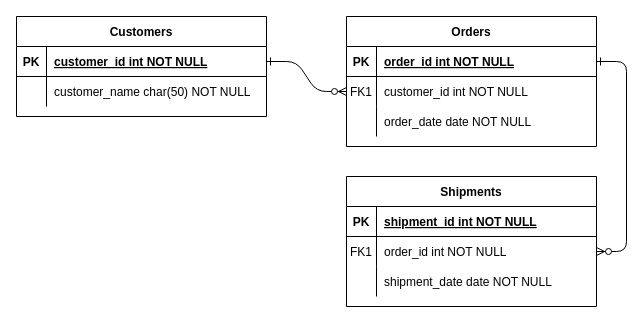
Above: Diagrama sem nome.drawio in shigerysasaki/Estudos (draw.io), before the change. Source tidied: cells renumbered, new cells numbered last; positions are measured from the earlier drawing's top-left corner, leaving out a move shared by most shapes. Both pictures are drawn from the tidied source at 100%, with x=0, y=0 at pixel (16, 16).
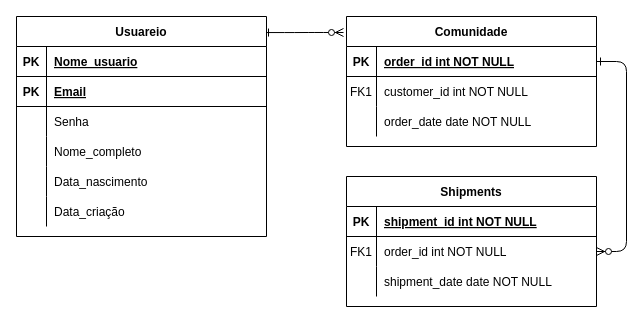
The same diagram, later.

Unchanged cells that the change refers to:
```xml
<mxCell id="8" style="shape=partialRectangle;fillColor=none;points=[[0,0.5],[1,0.5]];portConstraint=eastwest;top=0;left=0;right=0;bottom=0;" parent="4" vertex="1">
  <mxGeometry y="60" width="250" height="30" as="geometry" />
</mxCell>
<mxCell id="25" style="shape=partialRectangle;fillColor=none;points=[[0,0.5],[1,0.5]];portConstraint=eastwest;top=0;left=0;right=0;bottom=1;" parent="24" vertex="1">
  <mxGeometry y="30" width="250" height="30" as="geometry" />
</mxCell>
```

Change to the diagram source:
```diff
@@
-    <mxCell id="2" style="edgeStyle=entityRelationEdgeStyle;endArrow=ERzeroToMany;startArrow=ERone;endFill=1;startFill=0;" parent="1" edge="1" source="25" target="8">
+    <mxCell id="2" style="edgeStyle=entityRelationEdgeStyle;endArrow=ERzeroToMany;startArrow=ERone;endFill=1;startFill=0;exitX=0.992;exitY=0.073;exitDx=0;exitDy=0;exitPerimeter=0;entryX=-0.012;entryY=0.123;entryDx=0;entryDy=0;entryPerimeter=0;" parent="1" edge="1" source="24" target="4">
       <mxGeometry relative="1" as="geometry" />
     </mxCell>
@@
-    <mxCell id="4" value="Orders" style="shape=table;startSize=30;childLayout=tableLayout;rowLines=0;fontStyle=1;align=center;" parent="1" vertex="1">
+    <mxCell id="4" value="Comunidade" style="shape=table;startSize=30;childLayout=tableLayout;rowLines=0;fontStyle=1;align=center;" parent="1" vertex="1">
       <mxGeometry x="330" width="250" height="130" as="geometry" />
     </mxCell>
@@
-    <mxCell id="24" value="Customers" style="shape=table;startSize=30;childLayout=tableLayout;rowLines=0;fontStyle=1;align=center;" parent="1" vertex="1">
-      <mxGeometry width="250" height="100" as="geometry" />
+    <mxCell id="24" value="Usuareio" style="shape=table;startSize=30;childLayout=tableLayout;rowLines=0;fontStyle=1;align=center;" parent="1" vertex="1">
+      <mxGeometry width="250" height="220" as="geometry" />
     </mxCell>
@@
-    <mxCell id="27" value="customer_id int NOT NULL " style="shape=partialRectangle;overflow=hidden;fillColor=none;top=0;left=0;bottom=0;right=0;align=left;spacingLeft=6;fontStyle=5;" parent="25" vertex="1">
+    <mxCell id="27" value="Nome_usuario" style="shape=partialRectangle;overflow=hidden;fillColor=none;top=0;left=0;bottom=0;right=0;align=left;spacingLeft=6;fontStyle=5;" parent="25" vertex="1">
       <mxGeometry x="30" width="220" height="30" as="geometry" />
     </mxCell>
+    <mxCell id="31" style="shape=partialRectangle;fillColor=none;top=0;left=0;right=0;bottom=1;" parent="24" vertex="1">
+      <mxGeometry y="60" width="250" height="30" as="geometry" />
+    </mxCell>
+    <mxCell id="32" value="PK" style="shape=partialRectangle;overflow=hidden;fillColor=none;top=0;left=0;bottom=0;right=0;fontStyle=1;" parent="31" vertex="1">
+      <mxGeometry width="30" height="30" as="geometry" />
+    </mxCell>
+    <mxCell id="33" value="Email" style="shape=partialRectangle;overflow=hidden;fillColor=none;top=0;left=0;bottom=0;right=0;align=left;spacingLeft=6;fontStyle=5;" parent="31" vertex="1">
+      <mxGeometry x="30" width="220" height="30" as="geometry" />
+    </mxCell>
     <mxCell id="28" style="shape=partialRectangle;fillColor=none;top=0;left=0;right=0;bottom=0;" parent="24" vertex="1">
-      <mxGeometry y="60" width="250" height="30" as="geometry" />
+      <mxGeometry y="90" width="250" height="30" as="geometry" />
     </mxCell>
@@
-    <mxCell id="30" value="customer_name char(50) NOT NULL" style="shape=partialRectangle;overflow=hidden;fillColor=none;top=0;left=0;bottom=0;right=0;align=left;spacingLeft=6;" parent="28" vertex="1">
+    <mxCell id="30" value="Senha" style="shape=partialRectangle;overflow=hidden;fillColor=none;top=0;left=0;bottom=0;right=0;align=left;spacingLeft=6;" parent="28" vertex="1">
       <mxGeometry x="30" width="220" height="30" as="geometry" />
     </mxCell>
+    <mxCell id="34" style="shape=partialRectangle;fillColor=none;top=0;left=0;right=0;bottom=0;" parent="24" vertex="1">
+      <mxGeometry y="120" width="250" height="30" as="geometry" />
+    </mxCell>
+    <mxCell id="35" style="shape=partialRectangle;overflow=hidden;fillColor=none;top=0;left=0;bottom=0;right=0;" parent="34" vertex="1">
+      <mxGeometry width="30" height="30" as="geometry" />
+    </mxCell>
+    <mxCell id="36" value="Nome_completo" style="shape=partialRectangle;overflow=hidden;fillColor=none;top=0;left=0;bottom=0;right=0;align=left;spacingLeft=6;" parent="34" vertex="1">
+      <mxGeometry x="30" width="220" height="30" as="geometry" />
+    </mxCell>
+    <mxCell id="37" style="shape=partialRectangle;fillColor=none;top=0;left=0;right=0;bottom=0;" parent="24" vertex="1">
+      <mxGeometry y="150" width="250" height="30" as="geometry" />
+    </mxCell>
+    <mxCell id="38" style="shape=partialRectangle;overflow=hidden;fillColor=none;top=0;left=0;bottom=0;right=0;" parent="37" vertex="1">
+      <mxGeometry width="30" height="30" as="geometry" />
+    </mxCell>
+    <mxCell id="39" value="Data_nascimento" style="shape=partialRectangle;overflow=hidden;fillColor=none;top=0;left=0;bottom=0;right=0;align=left;spacingLeft=6;" parent="37" vertex="1">
+      <mxGeometry x="30" width="220" height="30" as="geometry" />
+    </mxCell>
+    <mxCell id="40" style="shape=partialRectangle;fillColor=none;top=0;left=0;right=0;bottom=0;" parent="24" vertex="1">
+      <mxGeometry y="180" width="250" height="30" as="geometry" />
+    </mxCell>
+    <mxCell id="41" style="shape=partialRectangle;overflow=hidden;fillColor=none;top=0;left=0;bottom=0;right=0;" parent="40" vertex="1">
+      <mxGeometry width="30" height="30" as="geometry" />
+    </mxCell>
+    <mxCell id="42" value="Data_criação" style="shape=partialRectangle;overflow=hidden;fillColor=none;top=0;left=0;bottom=0;right=0;align=left;spacingLeft=6;" parent="40" vertex="1">
+      <mxGeometry x="30" width="220" height="30" as="geometry" />
+    </mxCell>
```
